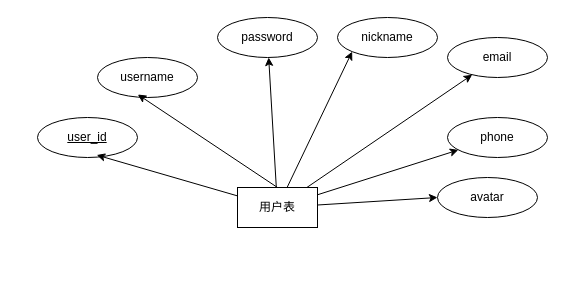
Above: 用户管理模块er.drawio in ytrLove/text_repo (draw.io), before the change. Source tidied: cells renumbered, new cells numbered last; positions are measured from the earlier drawing's top-left corner, leaving out a move shared by most shapes. Both pictures are drawn from the tidied source at 100%, with x=0, y=0 at pixel (37, 17).
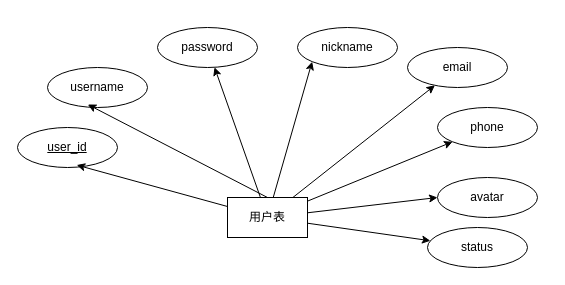
Above is the later version.

Commit message (it also covers changes not shown here):
Update 用户管理模块er.drawio

What changed in the source:
```diff
@@
 <mxGraphModel>
   <root>
     <mxCell id="0" />
     <mxCell id="1" parent="0" />
     <mxCell id="2" style="edgeStyle=none;rounded=0;jettySize=auto;html=1;" parent="1" edge="1" source="7" target="12">
       <mxGeometry relative="1" as="geometry" />
     </mxCell>
     <mxCell id="3" style="edgeStyle=none;rounded=0;jettySize=auto;html=1;entryX=0;entryY=1;entryDx=0;entryDy=0;" parent="1" edge="1" source="7" target="14">
       <mxGeometry relative="1" as="geometry" />
     </mxCell>
     <mxCell id="4" style="edgeStyle=none;rounded=0;jettySize=auto;html=1;" parent="1" edge="1" source="7" target="15">
       <mxGeometry relative="1" as="geometry" />
     </mxCell>
     <mxCell id="5" style="edgeStyle=none;rounded=0;jettySize=auto;html=1;" parent="1" edge="1" source="7" target="13">
       <mxGeometry relative="1" as="geometry" />
     </mxCell>
     <mxCell id="6" style="edgeStyle=none;rounded=0;jettySize=auto;html=1;entryX=0;entryY=0.5;entryDx=0;entryDy=0;" parent="1" edge="1" source="7" target="16">
       <mxGeometry relative="1" as="geometry" />
     </mxCell>
+    <mxCell id="17" style="edgeStyle=none;rounded=0;jettySize=auto;html=1;" parent="1" edge="1" source="7" target="18">
+      <mxGeometry relative="1" as="geometry" />
+    </mxCell>
     <mxCell id="7" value="用户表" style="whiteSpace=wrap;html=1;align=center;" parent="1" vertex="1">
-      <mxGeometry x="200" y="170" width="80" height="40" as="geometry" />
+      <mxGeometry x="190" y="180" width="80" height="40" as="geometry" />
     </mxCell>
     <mxCell id="8" value="user_id" style="ellipse;whiteSpace=wrap;html=1;align=center;fontStyle=4;" parent="1" vertex="1">
-      <mxGeometry y="100" width="100" height="40" as="geometry" />
+      <mxGeometry x="-20" y="110" width="100" height="40" as="geometry" />
     </mxCell>
     <mxCell id="9" value="username" style="ellipse;whiteSpace=wrap;html=1;align=center;" parent="1" vertex="1">
-      <mxGeometry x="60" y="40" width="100" height="40" as="geometry" />
+      <mxGeometry x="10" y="50" width="100" height="40" as="geometry" />
     </mxCell>
     <mxCell id="10" style="edgeStyle=none;rounded=0;jettySize=auto;html=1;entryX=0.592;entryY=0.939;entryDx=0;entryDy=0;entryPerimeter=0;" parent="1" edge="1" source="7" target="8">
       <mxGeometry relative="1" as="geometry" />
     </mxCell>
     <mxCell id="11" style="edgeStyle=none;rounded=0;jettySize=auto;html=1;exitX=0.5;exitY=0;exitDx=0;exitDy=0;entryX=0.403;entryY=0.925;entryDx=0;entryDy=0;entryPerimeter=0;" parent="1" edge="1" source="7" target="9">
       <mxGeometry relative="1" as="geometry" />
     </mxCell>
     <mxCell id="12" value="password" style="ellipse;whiteSpace=wrap;html=1;align=center;" parent="1" vertex="1">
-      <mxGeometry x="180" width="100" height="40" as="geometry" />
+      <mxGeometry x="120" y="10" width="100" height="40" as="geometry" />
     </mxCell>
     <mxCell id="13" value="phone" style="ellipse;whiteSpace=wrap;html=1;align=center;" parent="1" vertex="1">
-      <mxGeometry x="410" y="100" width="100" height="40" as="geometry" />
+      <mxGeometry x="400" y="90" width="100" height="40" as="geometry" />
     </mxCell>
     <mxCell id="14" value="nickname" style="ellipse;whiteSpace=wrap;html=1;align=center;" parent="1" vertex="1">
-      <mxGeometry x="300" width="100" height="40" as="geometry" />
+      <mxGeometry x="260" y="10" width="100" height="40" as="geometry" />
     </mxCell>
     <mxCell id="15" value="email" style="ellipse;whiteSpace=wrap;html=1;align=center;" parent="1" vertex="1">
-      <mxGeometry x="410" y="20" width="100" height="40" as="geometry" />
+      <mxGeometry x="370" y="30" width="100" height="40" as="geometry" />
     </mxCell>
     <mxCell id="16" value="avatar" style="ellipse;whiteSpace=wrap;html=1;align=center;" parent="1" vertex="1">
       <mxGeometry x="400" y="160" width="100" height="40" as="geometry" />
     </mxCell>
+    <mxCell id="18" value="status" style="ellipse;whiteSpace=wrap;html=1;align=center;" parent="1" vertex="1">
+      <mxGeometry x="390" y="210" width="100" height="40" as="geometry" />
+    </mxCell>
   </root>
 </mxGraphModel>
```
